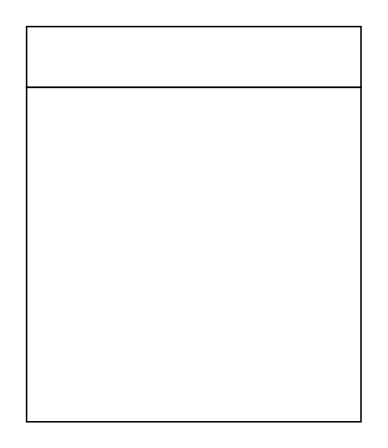
Luizgsch/Diagramas-de-Classes-UML keeps this draw.io diagram as Eurotrip.drawio. Above is the earlier version. Source tidied: cells renumbered, new cells numbered last; positions are measured from the earlier drawing's top-left corner, leaving out a move shared by most shapes. Both pictures are drawn from the tidied source at 152%, with x=0, y=0 at pixel (26, 26).
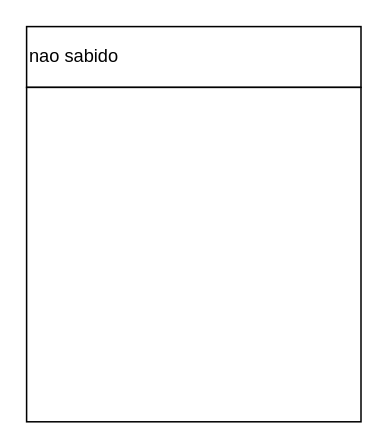
Above is the later version.

Diff of the diagram source:
```diff
@@
 <mxGraphModel>
   <root>
     <mxCell id="0" />
     <mxCell id="1" parent="0" />
     <mxCell id="2" style="group;" parent="1" vertex="1">
       <mxGeometry width="220" height="260" as="geometry" />
     </mxCell>
-    <mxCell id="3" style="rounded=0;whiteSpace=wrap;html=1;align=left;" parent="2" vertex="1">
+    <mxCell id="3" value="nao sabido" style="rounded=0;whiteSpace=wrap;html=1;align=left;" parent="2" vertex="1">
       <mxGeometry width="220" height="40" as="geometry" />
     </mxCell>
     <mxCell id="4" style="whiteSpace=wrap;html=1;" parent="2" vertex="1">
       <mxGeometry y="40" width="220" height="220" as="geometry" />
     </mxCell>
   </root>
 </mxGraphModel>
```
